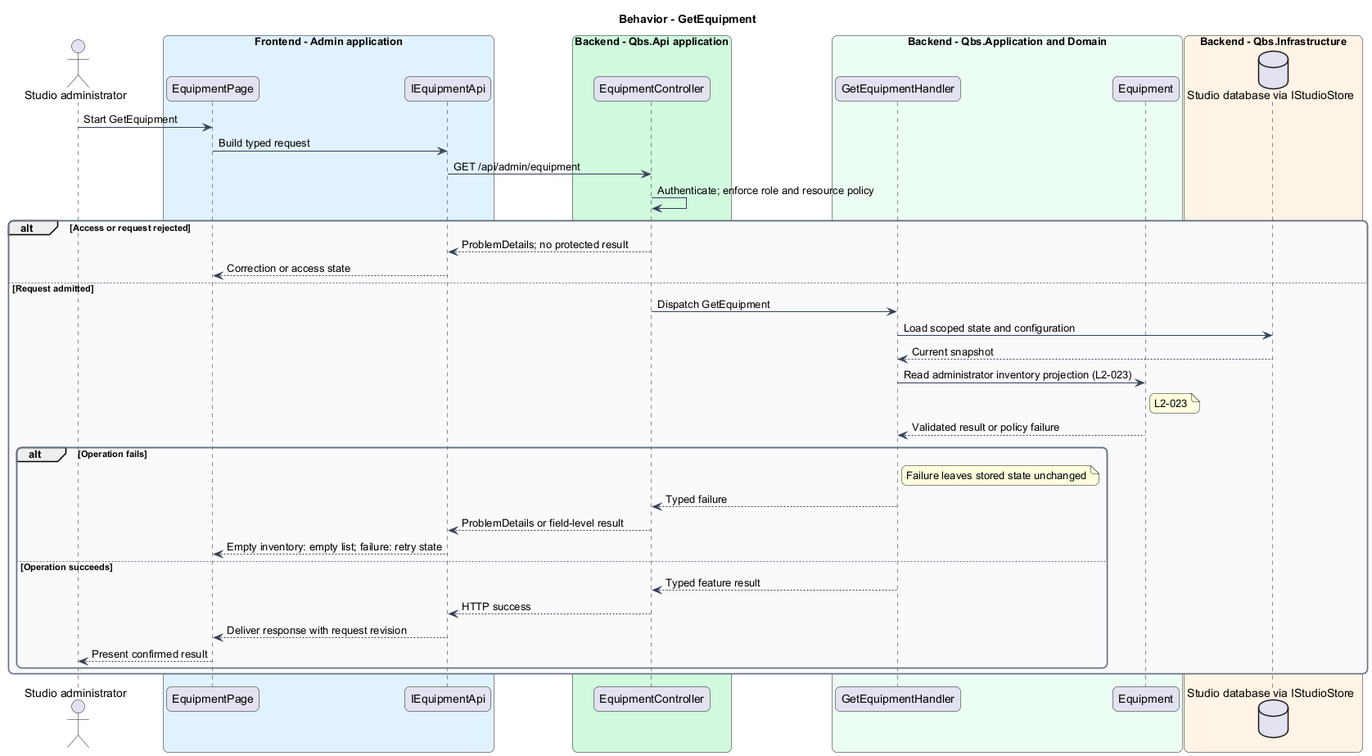
Earlier version of the PlantUML export docs/detailed-designs/studio-resources/manage-equipment/diagrams/sequence-get-equipment.png (QuinntyneBrown/quinntyne-brown-studio). The source it was exported from:
```plantuml
@startuml
skinparam backgroundColor #FFFFFF
skinparam shadowing false
skinparam roundcorner 12
skinparam defaultFontName Arial
skinparam ArrowColor #344054
skinparam rectangle {
  BorderColor #344054
  FontColor #101828
}
skinparam package {
  BorderColor #667085
  FontColor #101828
  BackgroundColor #F9FAFB
}
title Behavior - GetEquipment
actor "Studio administrator" as actor
box "Frontend - Admin application" #E0F2FE
 participant "EquipmentPage" as page
 participant "IEquipmentApi" as client
end box
box "Backend - Qbs.Api application" #D1FADF
 participant "EquipmentController" as controller
end box
box "Backend - Qbs.Application and Domain" #ECFDF3
 participant "GetEquipmentHandler" as handler
 participant "Equipment" as entity
end box
box "Backend - Qbs.Infrastructure" #FFF4E5
 database "Studio database via IStudioStore" as db
end box
actor -> page : Start GetEquipment
page -> client : Build typed request
client -> controller : GET /api/admin/equipment
controller -> controller : Authenticate; enforce role and resource policy
alt Access or request rejected
controller --> client : ProblemDetails; no protected result
client --> page : Correction or access state
else Request admitted
controller -> handler : Dispatch GetEquipment
handler -> db : Load scoped state and configuration
db --> handler : Current snapshot
handler -> entity : Read administrator inventory projection (L2-023)
note right of entity
L2-023
end note
entity --> handler : Validated result or policy failure
alt Operation fails
note right of handler : Failure leaves stored state unchanged
handler --> controller : Typed failure
controller --> client : ProblemDetails or field-level result
client --> page : Empty inventory: empty list; failure: retry state
else Operation succeeds
handler --> controller : Typed feature result
controller --> client : HTTP success
client --> page : Deliver response with request revision
page --> actor : Present confirmed result
end
end
@enduml
```
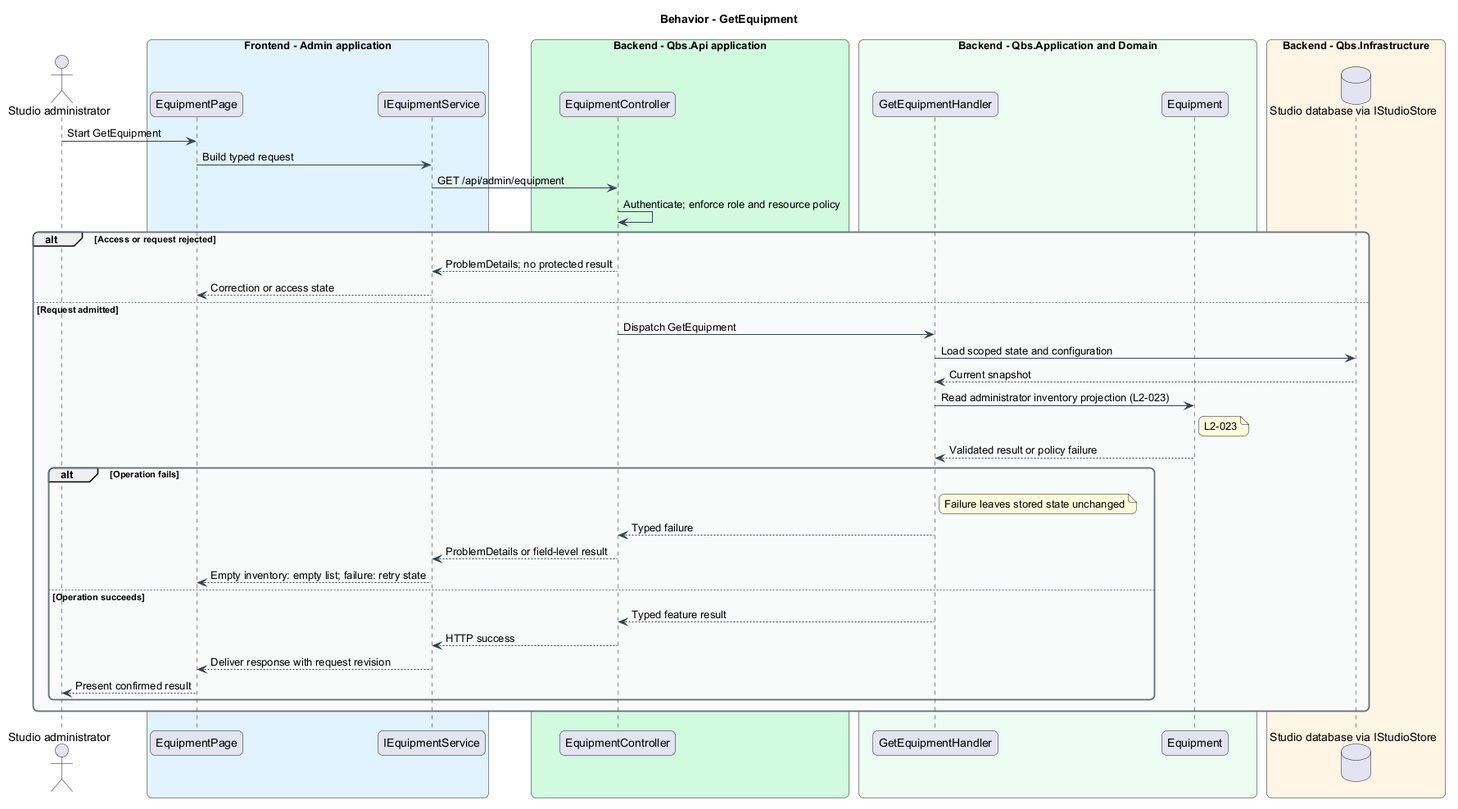
The same file after the commit.

What changed in the source:
```diff
@@ -17,7 +17,7 @@
 actor "Studio administrator" as actor
 box "Frontend - Admin application" #E0F2FE
  participant "EquipmentPage" as page
- participant "IEquipmentApi" as client
+ participant "IEquipmentService" as client
 end box
 box "Backend - Qbs.Api application" #D1FADF
  participant "EquipmentController" as controller
```
